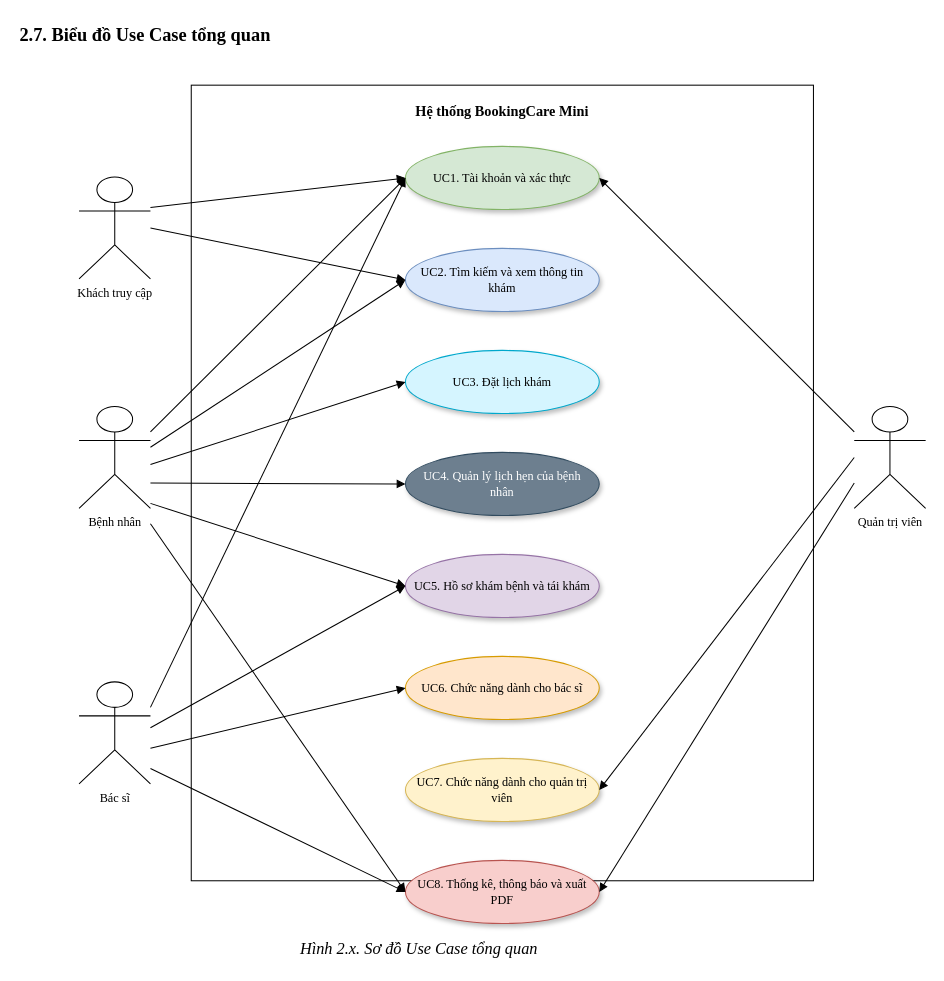
Earlier version of the draw.io diagram BAO_CAO_USE_CASE_TONG_QUAN.drawio (dinhxuanquyen/Clinic-Booking-System). Source tidied: cells renumbered, new cells numbered last; positions are measured from the earlier drawing's top-left corner, leaving out a move shared by most shapes. Both pictures are drawn from the tidied source at 102%, with x=0, y=0 at pixel (17, 17).
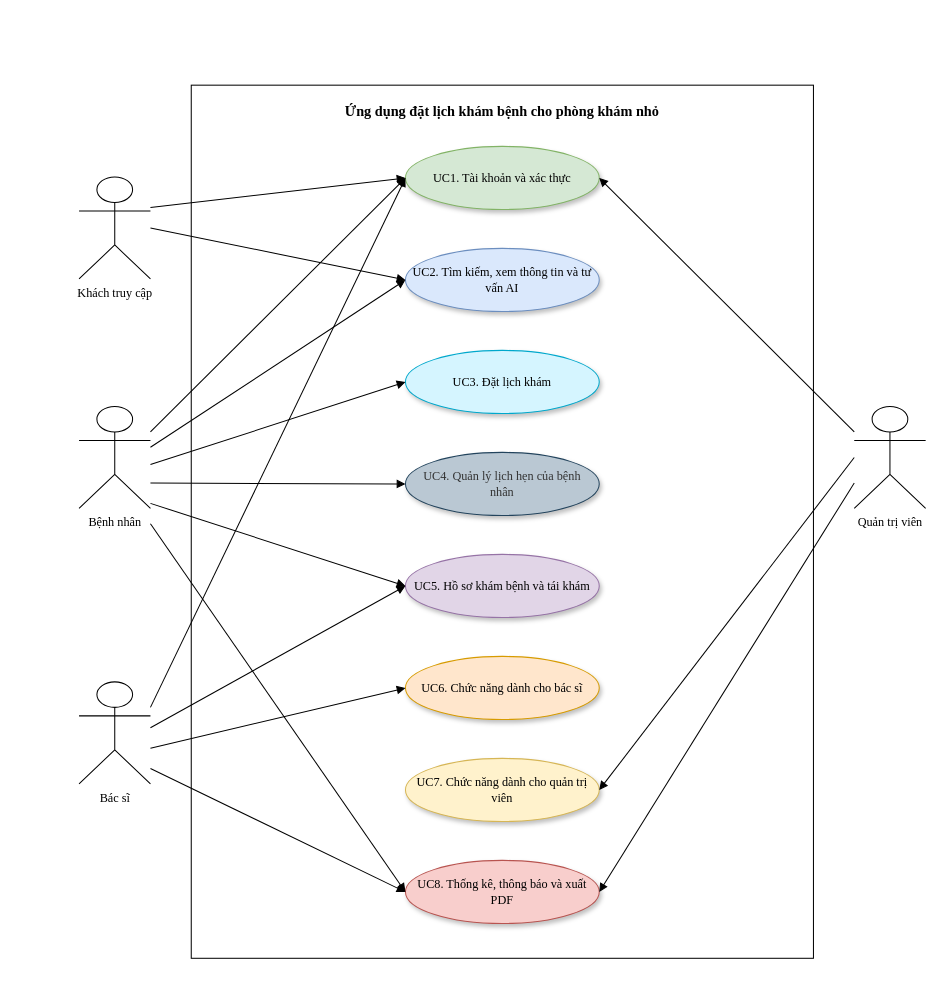
Above is the later version.

Change to the diagram source:
```diff
@@
-    <mxCell id="2" value="2.7. Biểu đồ Use Case tổng quan" style="text;html=1;strokeColor=none;fillColor=none;fontStyle=1;fontSize=18;fontFamily=Times New Roman;fontColor=#000000;" parent="1" vertex="1">
-      <mxGeometry width="430" height="34" as="geometry" />
-    </mxCell>
-    <mxCell id="3" value="Hệ thống BookingCare Mini" style="rounded=0;whiteSpace=wrap;html=1;fillColor=#ffffff;strokeColor=#000000;fontColor=#000000;fontStyle=1;fontSize=14;fontFamily=Times New Roman;verticalAlign=top;align=center;spacingTop=12;" parent="1" vertex="1">
-      <mxGeometry x="170" y="66" width="610" height="780" as="geometry" />
+    <mxCell id="3" value="Ứng dụng đặt lịch khám bệnh cho phòng khám nhỏ" style="rounded=0;whiteSpace=wrap;html=1;fillColor=#ffffff;strokeColor=#000000;fontColor=#000000;fontStyle=1;fontSize=14;fontFamily=Times New Roman;verticalAlign=top;align=center;spacingTop=12;" parent="1" vertex="1">
+      <mxGeometry x="170" y="66" width="610" height="856" as="geometry" />
     </mxCell>
@@
-    <mxCell id="9" value="UC2. Tìm kiếm và xem thông tin khám" style="ellipse;whiteSpace=wrap;html=1;fillColor=#dae8fc;strokeColor=#6c8ebf;fontColor=#000000;fontSize=12;fontFamily=Times New Roman;shadow=1;spacing=8;" parent="1" vertex="1">
+    <mxCell id="9" value="UC2. Tìm kiếm, xem thông tin và tư vấn AI" style="ellipse;whiteSpace=wrap;html=1;fillColor=#dae8fc;strokeColor=#6c8ebf;fontColor=#000000;fontSize=12;fontFamily=Times New Roman;shadow=1;spacing=8;" parent="1" vertex="1">
       <mxGeometry x="380" y="226" width="190" height="62" as="geometry" />
     </mxCell>
@@
-    <mxCell id="11" value="UC4. Quản lý lịch hẹn của bệnh nhân" style="ellipse;whiteSpace=wrap;html=1;fillColor=#6d7f8f;strokeColor=#314b5f;fontColor=#ffffff;fontSize=12;fontFamily=Times New Roman;shadow=1;spacing=8;" parent="1" vertex="1">
+    <mxCell id="11" value="&lt;span style=&quot;color: rgb(51, 51, 51);&quot;&gt;UC4. Quản lý lịch hẹn của bệnh nhân&lt;/span&gt;" style="ellipse;whiteSpace=wrap;html=1;fillColor=#bac8d3;strokeColor=#23445d;fontSize=12;fontFamily=Times New Roman;shadow=1;spacing=8;" parent="1" vertex="1">
       <mxGeometry x="380" y="426" width="190" height="62" as="geometry" />
     </mxCell>
@@
-    <mxCell id="16" value="Hình 2.x. Sơ đồ Use Case tổng quan" style="text;html=1;strokeColor=none;fillColor=none;fontStyle=2;fontSize=16;fontFamily=Times New Roman;fontColor=#000000;" parent="1" vertex="1">
-      <mxGeometry x="275" y="896" width="380" height="32" as="geometry" />
-    </mxCell>
```
